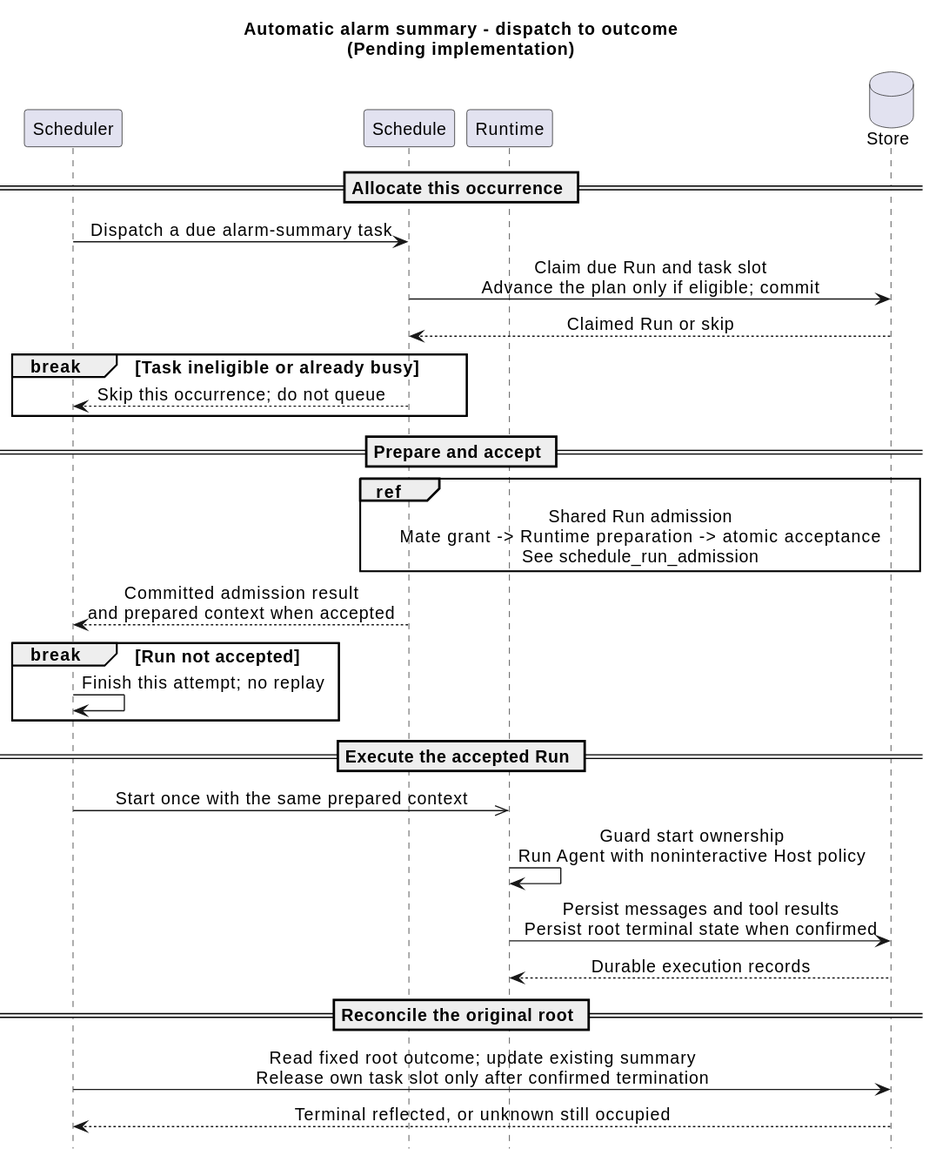
The PlantUML diagram 01-总体架构/08-CampusClaw定时任务/scheduled_run_sequence.svg in ssm0808/pi-mono-java-design, before a commit.
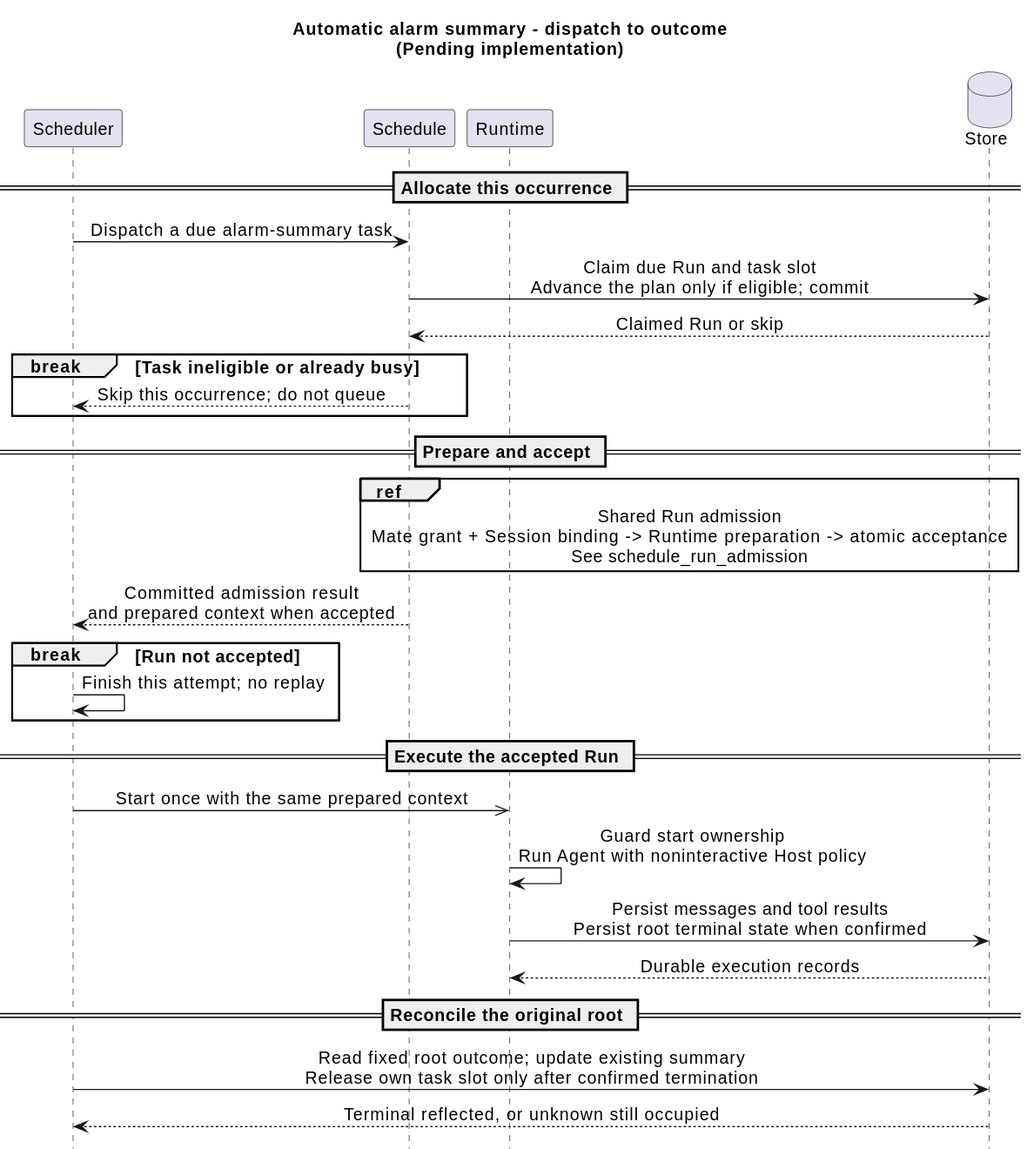
Above is the later version.

Diff of the diagram source:
```diff
@@ -18,7 +18,7 @@
 == Prepare and accept ==
 ref over Schedule, Store
   Shared Run admission
-  Mate grant -> Runtime preparation -> atomic acceptance
+  Mate grant + Session binding -> Runtime preparation -> atomic acceptance
   See schedule_run_admission
 end ref
 Schedule --> Scheduler : Committed admission result\nand prepared context when accepted
```
